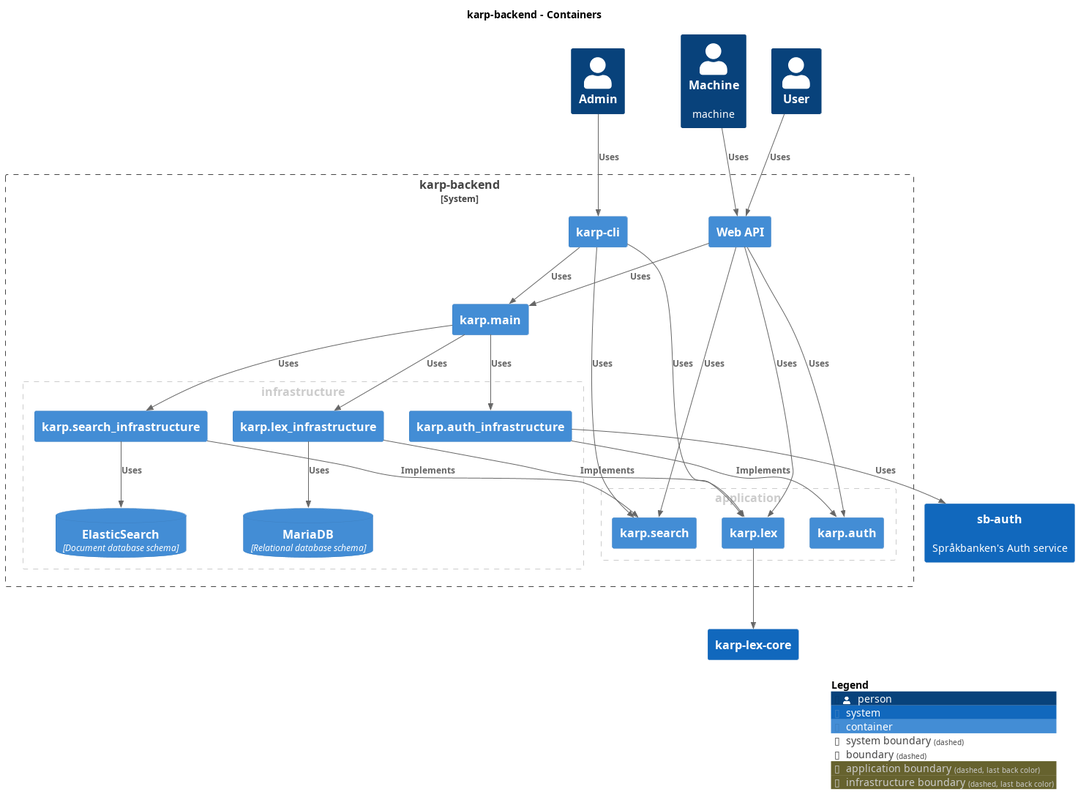
spraakbanken/karp-backend keeps this PlantUML diagram as docs/karp-backend/docs/system-overview/master/png/Container-001.png. Above is the earlier version. Source of this version:
```plantuml
@startuml
set separator none
title karp-backend - Containers

top to bottom direction

!include <C4/C4>
!include <C4/C4_Context>
!include <C4/C4_Container>

System(karplexcore, "karp-lex-core", $descr="", $tags="", $link="")
System(sbauth, "sb-auth", $descr="Språkbanken's Auth service", $tags="", $link="")
Person(User, "User", $descr="", $tags="", $link="")
Person(Admin, "Admin", $descr="", $tags="", $link="")
Person(Machine, "Machine", $descr="machine", $tags="", $link="")

System_Boundary("karpbackend_boundary", "karp-backend", $tags="") {
  AddBoundaryTag("application", $borderColor="#cccccc", $fontColor="#cccccc")
  Boundary(group_1, "application", $tags="application") {
    Container(karpbackend.karpsearch, "karp.search", $techn="", $descr="", $tags="", $link="")
    Container(karpbackend.karpauth, "karp.auth", $techn="", $descr="", $tags="", $link="")
    Container(karpbackend.karplex, "karp.lex", $techn="", $descr="", $tags="", $link="")
  }

  AddBoundaryTag("infrastructure", $borderColor="#cccccc", $fontColor="#cccccc")
  Boundary(group_2, "infrastructure", $tags="infrastructure") {
    Container(karpbackend.karpauth_infrastructure, "karp.auth_infrastructure", $techn="", $descr="", $tags="", $link="")
    Container(karpbackend.karplex_infrastructure, "karp.lex_infrastructure", $techn="", $descr="", $tags="", $link="")
    Container(karpbackend.karpsearch_infrastructure, "karp.search_infrastructure", $techn="", $descr="", $tags="", $link="")
    ContainerDb(karpbackend.MariaDB, "MariaDB", $techn="Relational database schema", $descr="", $tags="", $link="")
    ContainerDb(karpbackend.ElasticSearch, "ElasticSearch", $techn="Document database schema", $descr="", $tags="", $link="")
  }

  Container(karpbackend.karpmain, "karp.main", $techn="", $descr="", $tags="", $link="")
  Container(karpbackend.WebAPI, "Web API", $techn="", $descr="", $tags="", $link="")
  Container(karpbackend.karpcli, "karp-cli", $techn="", $descr="", $tags="", $link="")
}

Rel_D(User, karpbackend.WebAPI, "Uses", $techn="", $tags="", $link="")
Rel_D(Machine, karpbackend.WebAPI, "Uses", $techn="", $tags="", $link="")
Rel_D(Admin, karpbackend.karpcli, "Uses", $techn="", $tags="", $link="")
Rel_D(karpbackend.WebAPI, karpbackend.karpauth, "Uses", $techn="", $tags="", $link="")
Rel_D(karpbackend.WebAPI, karpbackend.karplex, "Uses", $techn="", $tags="", $link="")
Rel_D(karpbackend.WebAPI, karpbackend.karpmain, "Uses", $techn="", $tags="", $link="")
Rel_D(karpbackend.WebAPI, karpbackend.karpsearch, "Uses", $techn="", $tags="", $link="")
Rel_D(karpbackend.karpcli, karpbackend.karplex, "Uses", $techn="", $tags="", $link="")
Rel_D(karpbackend.karpcli, karpbackend.karpmain, "Uses", $techn="", $tags="", $link="")
Rel_D(karpbackend.karpcli, karpbackend.karpsearch, "Uses", $techn="", $tags="", $link="")
Rel_D(karpbackend.karplex, karplexcore, "", $techn="", $tags="", $link="")
Rel_D(karpbackend.karpmain, karpbackend.karpauth_infrastructure, "Uses", $techn="", $tags="", $link="")
Rel_D(karpbackend.karpmain, karpbackend.karplex_infrastructure, "Uses", $techn="", $tags="", $link="")
Rel_D(karpbackend.karpmain, karpbackend.karpsearch_infrastructure, "Uses", $techn="", $tags="", $link="")
Rel_D(karpbackend.karpauth_infrastructure, karpbackend.karpauth, "Implements", $techn="", $tags="", $link="")
Rel_D(karpbackend.karpauth_infrastructure, sbauth, "Uses", $techn="", $tags="", $link="")
Rel_D(karpbackend.karplex_infrastructure, karpbackend.karplex, "Implements", $techn="", $tags="", $link="")
Rel_D(karpbackend.karplex_infrastructure, karpbackend.MariaDB, "Uses", $techn="", $tags="", $link="")
Rel_D(karpbackend.karpsearch_infrastructure, karpbackend.karpsearch, "Implements", $techn="", $tags="", $link="")
Rel_D(karpbackend.karpsearch_infrastructure, karpbackend.ElasticSearch, "Uses", $techn="", $tags="", $link="")

SHOW_LEGEND(true)
@enduml
```
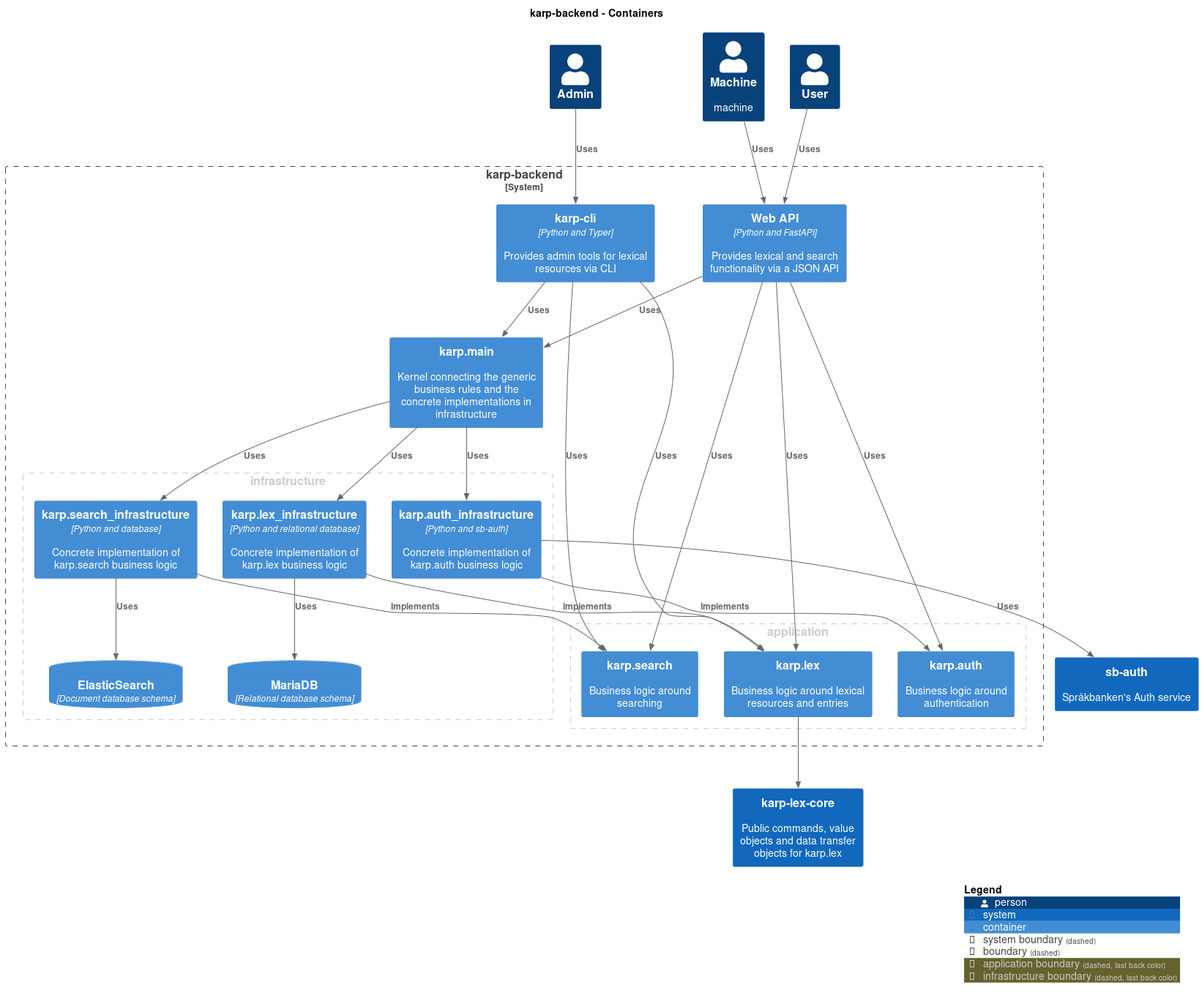
The same file after the commit.

What changed in the source:
```diff
@@ -8,7 +8,7 @@
 !include <C4/C4_Context>
 !include <C4/C4_Container>
 
-System(karplexcore, "karp-lex-core", $descr="", $tags="", $link="")
+System(karplexcore, "karp-lex-core", $descr="Public commands, value objects and data transfer objects for karp.lex", $tags="", $link="")
 System(sbauth, "sb-auth", $descr="Språkbanken's Auth service", $tags="", $link="")
 Person(User, "User", $descr="", $tags="", $link="")
 Person(Admin, "Admin", $descr="", $tags="", $link="")
@@ -17,23 +17,23 @@
 System_Boundary("karpbackend_boundary", "karp-backend", $tags="") {
   AddBoundaryTag("application", $borderColor="#cccccc", $fontColor="#cccccc")
   Boundary(group_1, "application", $tags="application") {
-    Container(karpbackend.karpsearch, "karp.search", $techn="", $descr="", $tags="", $link="")
-    Container(karpbackend.karpauth, "karp.auth", $techn="", $descr="", $tags="", $link="")
-    Container(karpbackend.karplex, "karp.lex", $techn="", $descr="", $tags="", $link="")
+    Container(karpbackend.karpsearch, "karp.search", $techn="", $descr="Business logic around searching", $tags="", $link="")
+    Container(karpbackend.karpauth, "karp.auth", $techn="", $descr="Business logic around authentication", $tags="", $link="")
+    Container(karpbackend.karplex, "karp.lex", $techn="", $descr="Business logic around lexical resources and entries", $tags="", $link="")
   }
 
   AddBoundaryTag("infrastructure", $borderColor="#cccccc", $fontColor="#cccccc")
   Boundary(group_2, "infrastructure", $tags="infrastructure") {
-    Container(karpbackend.karpauth_infrastructure, "karp.auth_infrastructure", $techn="", $descr="", $tags="", $link="")
-    Container(karpbackend.karplex_infrastructure, "karp.lex_infrastructure", $techn="", $descr="", $tags="", $link="")
-    Container(karpbackend.karpsearch_infrastructure, "karp.search_infrastructure", $techn="", $descr="", $tags="", $link="")
+    Container(karpbackend.karpauth_infrastructure, "karp.auth_infrastructure", $techn="Python and sb-auth", $descr="Concrete implementation of karp.auth business logic", $tags="", $link="")
+    Container(karpbackend.karplex_infrastructure, "karp.lex_infrastructure", $techn="Python and relational database", $descr="Concrete implementation of karp.lex business logic", $tags="", $link="")
+    Container(karpbackend.karpsearch_infrastructure, "karp.search_infrastructure", $techn="Python and database", $descr="Concrete implementation of karp.search business logic", $tags="", $link="")
     ContainerDb(karpbackend.MariaDB, "MariaDB", $techn="Relational database schema", $descr="", $tags="", $link="")
     ContainerDb(karpbackend.ElasticSearch, "ElasticSearch", $techn="Document database schema", $descr="", $tags="", $link="")
   }
 
-  Container(karpbackend.karpmain, "karp.main", $techn="", $descr="", $tags="", $link="")
-  Container(karpbackend.WebAPI, "Web API", $techn="", $descr="", $tags="", $link="")
-  Container(karpbackend.karpcli, "karp-cli", $techn="", $descr="", $tags="", $link="")
+  Container(karpbackend.karpmain, "karp.main", $techn="", $descr="Kernel connecting the generic business rules and the concrete implementations in infrastructure", $tags="", $link="")
+  Container(karpbackend.WebAPI, "Web API", $techn="Python and FastAPI", $descr="Provides lexical and search functionality via a JSON API", $tags="", $link="")
+  Container(karpbackend.karpcli, "karp-cli", $techn="Python and Typer", $descr="Provides admin tools for lexical resources via CLI", $tags="", $link="")
 }
 
 Rel_D(User, karpbackend.WebAPI, "Uses", $techn="", $tags="", $link="")
```
